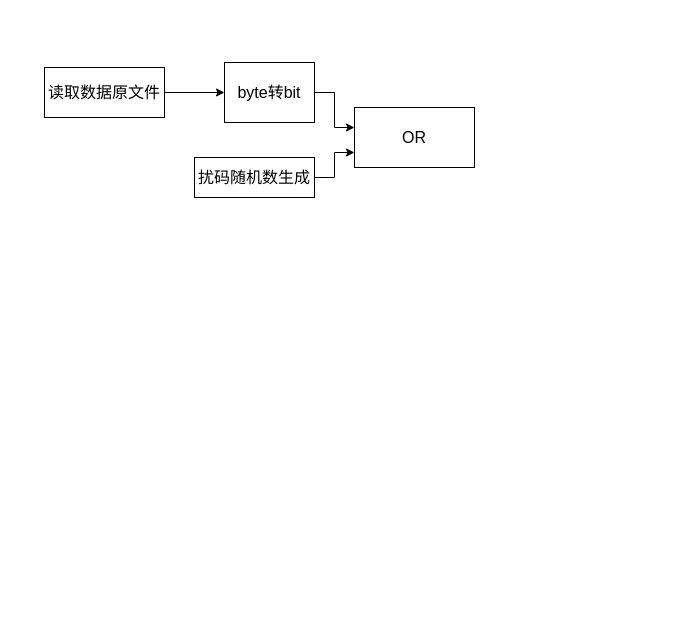
Before: Untitled Diagram.drawio in johnli2008/johnli2008, a draw.io diagram. Source tidied: cells renumbered, new cells numbered last; positions are measured from the earlier drawing's top-left corner, leaving out a move shared by most shapes. Both pictures are drawn from the tidied source at 100%, with x=0, y=0 at pixel (44, 62).
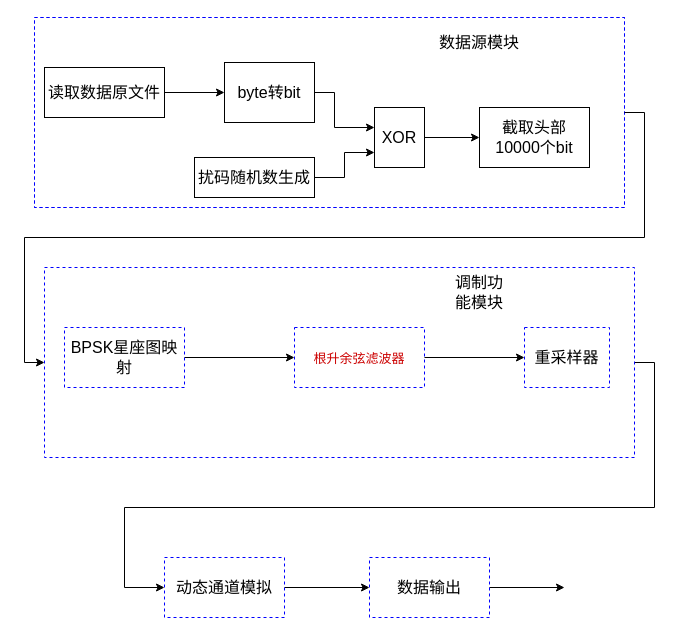
The same diagram, later.

Diff of the diagram source:
```diff
@@
+    <mxCell id="9" style="rounded=0;whiteSpace=wrap;html=1;fontSize=16;fillColor=none;dashed=1;strokeColor=#0000FF;" parent="1" vertex="1">
+      <mxGeometry x="-10" y="-45" width="590" height="190" as="geometry" />
+    </mxCell>
@@
+    <mxCell id="10" style="edgeStyle=orthogonalEdgeStyle;rounded=0;jettySize=auto;html=1;entryX=0;entryY=0.5;entryDx=0;entryDy=0;fontSize=16;" parent="1" edge="1" source="8" target="12">
+      <mxGeometry relative="1" as="geometry" />
+    </mxCell>
+    <mxCell id="11" style="rounded=0;whiteSpace=wrap;html=1;fontSize=16;fillColor=none;dashed=1;strokeColor=#0000FF;" parent="1" vertex="1">
+      <mxGeometry x="-10" y="-45" width="590" height="190" as="geometry" />
+    </mxCell>
-    <mxCell id="8" value="OR" style="rounded=0;whiteSpace=wrap;html=1;fontSize=16;" parent="1" vertex="1">
-      <mxGeometry x="310" y="45" width="120" height="60" as="geometry" />
+    <mxCell id="8" value="XOR" style="rounded=0;whiteSpace=wrap;html=1;fontSize=16;" parent="1" vertex="1">
+      <mxGeometry x="330" y="45" width="50" height="60" as="geometry" />
     </mxCell>
+    <mxCell id="12" value="截取头部10000个bit" style="rounded=0;whiteSpace=wrap;html=1;fontSize=16;" parent="1" vertex="1">
+      <mxGeometry x="435" y="45" width="110" height="60" as="geometry" />
+    </mxCell>
+    <mxCell id="13" value="数据源模块" style="text;html=1;strokeColor=none;fillColor=none;align=center;verticalAlign=middle;whiteSpace=wrap;rounded=0;dashed=1;fontSize=16;" parent="1" vertex="1">
+      <mxGeometry x="370" y="-35" width="130" height="30" as="geometry" />
+    </mxCell>
+    <mxCell id="14" style="edgeStyle=orthogonalEdgeStyle;rounded=0;jettySize=auto;html=1;entryX=0;entryY=0.5;entryDx=0;entryDy=0;fontSize=16;" parent="1" edge="1" source="9" target="16">
+      <mxGeometry relative="1" as="geometry">
+        <Array as="points">
+          <mxPoint x="600" y="50" />
+          <mxPoint x="600" y="175" />
+          <mxPoint x="-20" y="175" />
+          <mxPoint x="-20" y="300" />
+        </Array>
+      </mxGeometry>
+    </mxCell>
+    <mxCell id="15" style="edgeStyle=orthogonalEdgeStyle;rounded=0;jettySize=auto;html=1;entryX=0;entryY=0.5;entryDx=0;entryDy=0;fontSize=16;" parent="1" edge="1" source="16" target="24">
+      <mxGeometry relative="1" as="geometry">
+        <Array as="points">
+          <mxPoint x="610" y="300" />
+          <mxPoint x="610" y="445" />
+          <mxPoint x="80" y="445" />
+          <mxPoint x="80" y="525" />
+        </Array>
+      </mxGeometry>
+    </mxCell>
+    <mxCell id="16" style="rounded=0;whiteSpace=wrap;html=1;fontSize=16;fillColor=none;dashed=1;strokeColor=#0000FF;" parent="1" vertex="1">
+      <mxGeometry y="205" width="590" height="190" as="geometry" />
+    </mxCell>
+    <mxCell id="17" style="edgeStyle=orthogonalEdgeStyle;rounded=0;jettySize=auto;html=1;exitX=1;exitY=0.5;exitDx=0;exitDy=0;entryX=0;entryY=0.5;entryDx=0;entryDy=0;fontSize=16;" parent="1" edge="1" source="18" target="20">
+      <mxGeometry relative="1" as="geometry" />
+    </mxCell>
+    <mxCell id="18" value="BPSK星座图映射" style="rounded=0;whiteSpace=wrap;html=1;dashed=1;fontSize=16;strokeColor=#0000FF;fillColor=none;" parent="1" vertex="1">
+      <mxGeometry x="20" y="265" width="120" height="60" as="geometry" />
+    </mxCell>
+    <mxCell id="19" style="edgeStyle=orthogonalEdgeStyle;rounded=0;jettySize=auto;html=1;fontSize=16;" parent="1" edge="1" source="20" target="21">
+      <mxGeometry relative="1" as="geometry" />
+    </mxCell>
+    <mxCell id="20" value="&lt;span style=&quot;color: rgb(204, 0, 0); font-family: Arial, sans-serif; font-size: 13px; text-align: start; background-color: rgb(255, 255, 255);&quot; class=&quot;op_dict3_highlight&quot;&gt;根&lt;/span&gt;&lt;span style=&quot;color: rgb(204, 0, 0); font-family: Arial, sans-serif; font-size: 13px; text-align: start; background-color: rgb(255, 255, 255);&quot; class=&quot;op_dict3_highlight&quot;&gt;升&lt;/span&gt;&lt;span style=&quot;color: rgb(204, 0, 0); font-family: Arial, sans-serif; font-size: 13px; text-align: start; background-color: rgb(255, 255, 255);&quot; class=&quot;op_dict3_highlight&quot;&gt;余弦&lt;/span&gt;&lt;span style=&quot;color: rgb(204, 0, 0); font-family: Arial, sans-serif; font-size: 13px; text-align: start; background-color: rgb(255, 255, 255);&quot; class=&quot;op_dict3_highlight&quot;&gt;滤波器&lt;/span&gt;" style="rounded=0;whiteSpace=wrap;html=1;dashed=1;fontSize=16;strokeColor=#0000FF;fillColor=none;" parent="1" vertex="1">
+      <mxGeometry x="250" y="265" width="130" height="60" as="geometry" />
+    </mxCell>
+    <mxCell id="21" value="重采样器" style="rounded=0;whiteSpace=wrap;html=1;dashed=1;fontSize=16;strokeColor=#0000FF;fillColor=none;" parent="1" vertex="1">
+      <mxGeometry x="480" y="265" width="85" height="60" as="geometry" />
+    </mxCell>
+    <mxCell id="22" value="调制功能模块" style="text;html=1;strokeColor=none;fillColor=none;align=center;verticalAlign=middle;whiteSpace=wrap;rounded=0;dashed=1;fontSize=16;" parent="1" vertex="1">
+      <mxGeometry x="405" y="215" width="60" height="30" as="geometry" />
+    </mxCell>
+    <mxCell id="23" style="edgeStyle=orthogonalEdgeStyle;rounded=0;jettySize=auto;html=1;exitX=1;exitY=0.5;exitDx=0;exitDy=0;entryX=0;entryY=0.5;entryDx=0;entryDy=0;fontSize=16;" parent="1" edge="1" source="24" target="26">
+      <mxGeometry relative="1" as="geometry" />
+    </mxCell>
+    <mxCell id="24" value="动态通道模拟" style="rounded=0;whiteSpace=wrap;html=1;dashed=1;fontSize=16;strokeColor=#0000FF;fillColor=none;" parent="1" vertex="1">
+      <mxGeometry x="120" y="495" width="120" height="60" as="geometry" />
+    </mxCell>
+    <mxCell id="25" style="edgeStyle=orthogonalEdgeStyle;rounded=0;jettySize=auto;html=1;exitX=1;exitY=0.5;exitDx=0;exitDy=0;fontSize=16;" parent="1" edge="1" source="26">
+      <mxGeometry relative="1" as="geometry">
+        <mxPoint x="520" y="525" as="targetPoint" />
+      </mxGeometry>
+    </mxCell>
+    <mxCell id="26" value="数据输出" style="rounded=0;whiteSpace=wrap;html=1;dashed=1;fontSize=16;strokeColor=#0000FF;fillColor=none;" parent="1" vertex="1">
+      <mxGeometry x="325" y="495" width="120" height="60" as="geometry" />
+    </mxCell>
```
